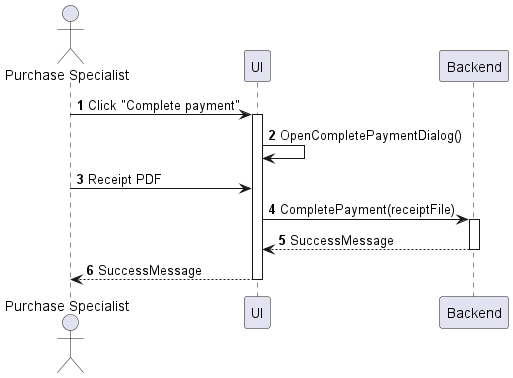
phihungha/scmss-reqs keeps this PlantUML diagram as sequences/purchase-order-complete-payment.png. Above is the earlier version.
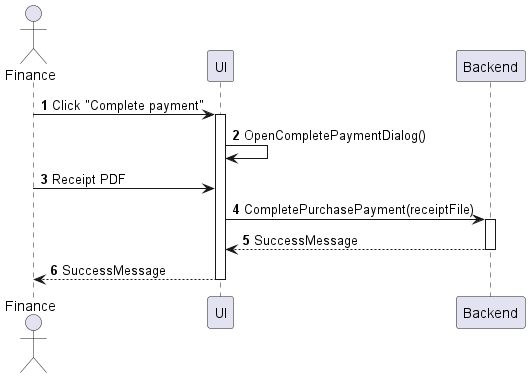
Later version of the same file.

The edit, as a diff of the source:
```diff
@@ -1,7 +1,7 @@
 @startuml purchase-order-complete-payment
 autonumber
 
-actor "Purchase Specialist" as a
+actor "Finance" as a
 participant UI as f
 participant Backend as b
 
@@ -9,7 +9,7 @@
 activate f
 f -> f : OpenCompletePaymentDialog()
 a -> f : Receipt PDF
-f -> b : CompletePayment(receiptFile)
+f -> b : CompletePurchasePayment(receiptFile)
 activate b
 return SuccessMessage
 return SuccessMessage
```
